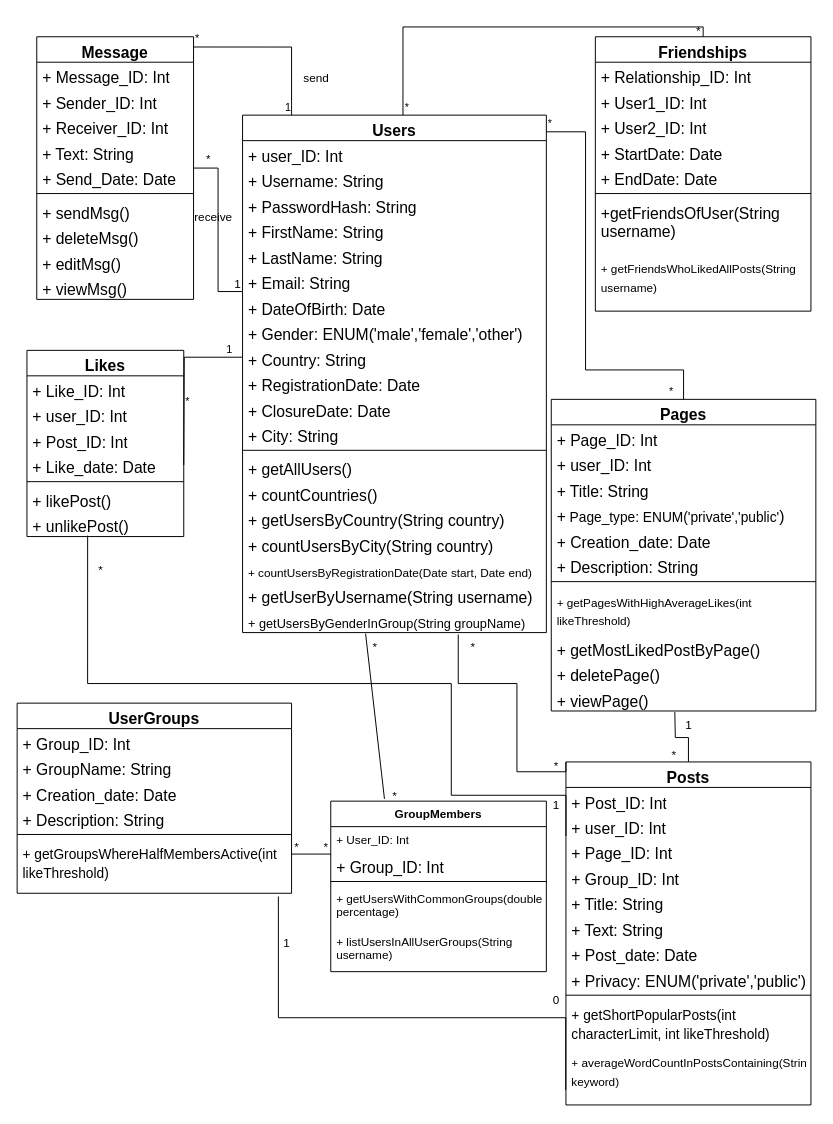
This is Untitled Diagram.drawio from rihabuu/ztn, a draw.io file, before an edit. Source tidied: cells renumbered, new cells numbered last; positions are measured from the earlier drawing's top-left corner, leaving out a move shared by most shapes. Both pictures are drawn from the tidied source at 98%, with x=0, y=0 at pixel (17, 17).
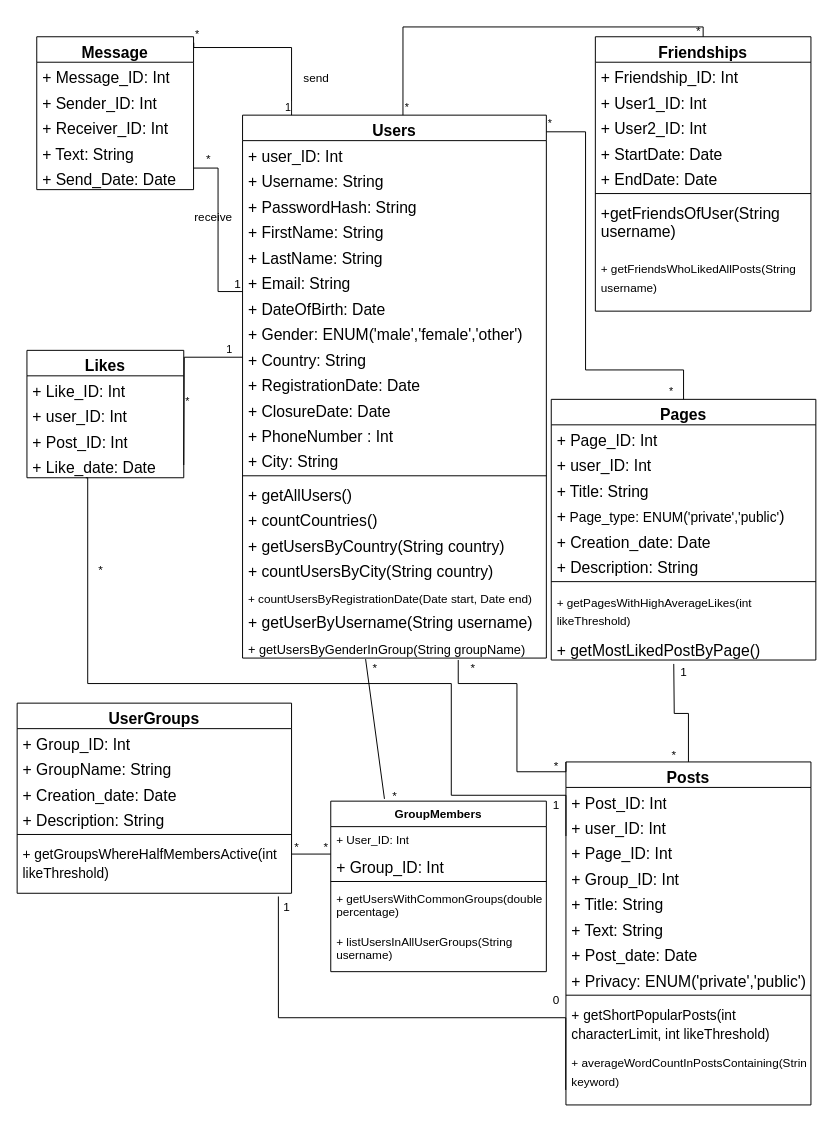
The same diagram, later.

The change refers to these unchanged cells:
```xml
<mxCell id="13" value="Posts" style="swimlane;fontStyle=1;align=center;verticalAlign=top;horizontal=1;startSize=26;whiteSpace=wrap;html=1;fontSize=16;" parent="1" vertex="1">
  <mxGeometry x="560" y="760" width="250" height="350" as="geometry" />
</mxCell>
<mxCell id="58" value="Friendships" style="swimlane;fontStyle=1;align=center;verticalAlign=top;horizontal=1;startSize=26;whiteSpace=wrap;html=1;fontSize=16;" parent="1" vertex="1">
  <mxGeometry x="590" y="20" width="220" height="280" as="geometry" />
</mxCell>
<mxCell id="78" value="+ Like_date: Date" style="text;strokeColor=none;fillColor=none;align=left;verticalAlign=top;spacingLeft=4;spacingRight=4;overflow=hidden;points=[[0,0.5],[1,0.5]];portConstraint=eastwest;whiteSpace=wrap;html=1;fontSize=16;" parent="74" vertex="1">
  <mxGeometry y="104" width="160" height="26" as="geometry" />
</mxCell>
```

The edit, as a diff of the source:
```diff
@@
     <mxCell id="2" value="Message" style="swimlane;fontStyle=1;align=center;verticalAlign=top;horizontal=1;startSize=26;whiteSpace=wrap;html=1;fontSize=16;" parent="1" vertex="1">
-      <mxGeometry x="20" y="20" width="160" height="268" as="geometry" />
+      <mxGeometry x="20" y="20" width="160" height="156" as="geometry" />
     </mxCell>
@@
-    <mxCell id="8" style="line;strokeWidth=1;fillColor=none;align=left;verticalAlign=middle;spacingTop=-1;spacingLeft=3;spacingRight=3;labelPosition=right;strokeColor=inherit;fontSize=16;" parent="2" vertex="1">
-      <mxGeometry y="156" width="160" height="8" as="geometry" />
-    </mxCell>
-    <mxCell id="9" value="+ sendMsg()" style="text;strokeColor=none;fillColor=none;align=left;verticalAlign=top;spacingLeft=4;spacingRight=4;overflow=hidden;whiteSpace=wrap;html=1;fontSize=16;" parent="2" vertex="1">
-      <mxGeometry y="164" width="160" height="26" as="geometry" />
-    </mxCell>
-    <mxCell id="10" value="+ deleteMsg()" style="text;strokeColor=none;fillColor=none;align=left;verticalAlign=top;spacingLeft=4;spacingRight=4;overflow=hidden;whiteSpace=wrap;html=1;fontSize=16;" parent="2" vertex="1">
-      <mxGeometry y="190" width="160" height="26" as="geometry" />
-    </mxCell>
-    <mxCell id="11" value="+ editMsg()" style="text;strokeColor=none;fillColor=none;align=left;verticalAlign=top;spacingLeft=4;spacingRight=4;overflow=hidden;whiteSpace=wrap;html=1;fontSize=16;" parent="2" vertex="1">
-      <mxGeometry y="216" width="160" height="26" as="geometry" />
-    </mxCell>
-    <mxCell id="12" value="+ viewMsg()" style="text;strokeColor=none;fillColor=none;align=left;verticalAlign=top;spacingLeft=4;spacingRight=4;overflow=hidden;whiteSpace=wrap;html=1;fontSize=16;" parent="2" vertex="1">
-      <mxGeometry y="242" width="160" height="26" as="geometry" />
-    </mxCell>
@@
     <mxCell id="25" value="Users" style="swimlane;fontStyle=1;align=center;verticalAlign=top;horizontal=1;startSize=26;whiteSpace=wrap;html=1;fontSize=16;" parent="1" vertex="1">
-      <mxGeometry x="230" y="100" width="310" height="528" as="geometry" />
+      <mxGeometry x="230" y="100" width="310" height="554" as="geometry" />
     </mxCell>
@@
+    <mxCell id="123" value="+&amp;nbsp;PhoneNumber : Int" style="text;strokeColor=none;fillColor=none;align=left;verticalAlign=top;spacingLeft=4;spacingRight=4;overflow=hidden;whiteSpace=wrap;html=1;fontSize=16;" parent="25" vertex="1">
+      <mxGeometry y="312" width="310" height="26" as="geometry" />
+    </mxCell>
     <mxCell id="37" value="+ City: String" style="text;strokeColor=none;fillColor=none;align=left;verticalAlign=top;spacingLeft=4;spacingRight=4;overflow=hidden;whiteSpace=wrap;html=1;fontSize=16;" parent="25" vertex="1">
-      <mxGeometry y="312" width="310" height="26" as="geometry" />
+      <mxGeometry y="338" width="310" height="26" as="geometry" />
     </mxCell>
     <mxCell id="38" style="line;strokeWidth=1;fillColor=none;align=left;verticalAlign=middle;spacingTop=-1;spacingLeft=3;spacingRight=3;labelPosition=right;strokeColor=inherit;fontSize=16;" parent="25" vertex="1">
-      <mxGeometry y="338" width="310" height="8" as="geometry" />
+      <mxGeometry y="364" width="310" height="8" as="geometry" />
     </mxCell>
     <mxCell id="39" value="+ getAllUsers()" style="text;strokeColor=none;fillColor=none;align=left;verticalAlign=top;spacingLeft=4;spacingRight=4;overflow=hidden;whiteSpace=wrap;html=1;fontSize=16;" parent="25" vertex="1">
-      <mxGeometry y="346" width="310" height="26" as="geometry" />
+      <mxGeometry y="372" width="310" height="26" as="geometry" />
     </mxCell>
     <mxCell id="40" value="+ countCountries()" style="text;strokeColor=none;fillColor=none;align=left;verticalAlign=top;spacingLeft=4;spacingRight=4;overflow=hidden;whiteSpace=wrap;html=1;fontSize=16;" parent="25" vertex="1">
-      <mxGeometry y="372" width="310" height="26" as="geometry" />
+      <mxGeometry y="398" width="310" height="26" as="geometry" />
     </mxCell>
     <mxCell id="41" value="+ getUsersByCountry(String country)" style="text;strokeColor=none;fillColor=none;align=left;verticalAlign=top;spacingLeft=4;spacingRight=4;overflow=hidden;whiteSpace=wrap;html=1;fontSize=16;" parent="25" vertex="1">
-      <mxGeometry y="398" width="310" height="26" as="geometry" />
+      <mxGeometry y="424" width="310" height="26" as="geometry" />
     </mxCell>
     <mxCell id="42" value="+&amp;nbsp;countUsersByCity(String country)" style="text;strokeColor=none;fillColor=none;align=left;verticalAlign=top;spacingLeft=4;spacingRight=4;overflow=hidden;whiteSpace=wrap;html=1;fontSize=16;" parent="25" vertex="1">
-      <mxGeometry y="424" width="310" height="26" as="geometry" />
+      <mxGeometry y="450" width="310" height="26" as="geometry" />
     </mxCell>
     <mxCell id="43" value="&lt;font style=&quot;font-size: 12px;&quot;&gt;+&amp;nbsp;countUsersByRegistrationDate(Date start, Date end)&lt;/font&gt;" style="text;strokeColor=none;fillColor=none;align=left;verticalAlign=top;spacingLeft=4;spacingRight=4;overflow=hidden;whiteSpace=wrap;html=1;fontSize=16;" parent="25" vertex="1">
-      <mxGeometry y="450" width="310" height="26" as="geometry" />
+      <mxGeometry y="476" width="310" height="26" as="geometry" />
     </mxCell>
     <mxCell id="44" value="+&amp;nbsp;getUserByUsername(String username)" style="text;strokeColor=none;fillColor=none;align=left;verticalAlign=top;spacingLeft=4;spacingRight=4;overflow=hidden;whiteSpace=wrap;html=1;fontSize=16;" parent="25" vertex="1">
-      <mxGeometry y="476" width="310" height="26" as="geometry" />
+      <mxGeometry y="502" width="310" height="26" as="geometry" />
     </mxCell>
     <mxCell id="45" value="&lt;font style=&quot;font-size: 13px;&quot;&gt;+&amp;nbsp;getUsersByGenderInGroup(String groupName)&lt;/font&gt;" style="text;strokeColor=none;fillColor=none;align=left;verticalAlign=top;spacingLeft=4;spacingRight=4;overflow=hidden;points=[[0,0.5],[1,0.5]];portConstraint=eastwest;whiteSpace=wrap;html=1;fontSize=16;" parent="25" vertex="1">
-      <mxGeometry y="502" width="310" height="26" as="geometry" />
+      <mxGeometry y="528" width="310" height="26" as="geometry" />
     </mxCell>
     <mxCell id="46" value="Pages" style="swimlane;fontStyle=1;align=center;verticalAlign=top;horizontal=1;startSize=26;whiteSpace=wrap;html=1;fontSize=16;" parent="1" vertex="1">
-      <mxGeometry x="545" y="390" width="270" height="318" as="geometry" />
+      <mxGeometry x="545" y="390" width="270" height="266" as="geometry" />
     </mxCell>
@@
-    <mxCell id="56" value="+ deletePage()" style="text;strokeColor=none;fillColor=none;align=left;verticalAlign=top;spacingLeft=4;spacingRight=4;overflow=hidden;whiteSpace=wrap;html=1;fontSize=16;" parent="46" vertex="1">
-      <mxGeometry y="266" width="270" height="26" as="geometry" />
-    </mxCell>
-    <mxCell id="57" value="+ viewPage()" style="text;strokeColor=none;fillColor=none;align=left;verticalAlign=top;spacingLeft=4;spacingRight=4;overflow=hidden;whiteSpace=wrap;html=1;fontSize=16;" parent="46" vertex="1">
-      <mxGeometry y="292" width="270" height="26" as="geometry" />
-    </mxCell>
@@
-    <mxCell id="59" value="+ Relationship_ID: Int" style="text;strokeColor=none;fillColor=none;align=left;verticalAlign=top;spacingLeft=4;spacingRight=4;overflow=hidden;whiteSpace=wrap;html=1;fontSize=16;" parent="58" vertex="1">
+    <mxCell id="59" value="+ Friendship_ID: Int" style="text;strokeColor=none;fillColor=none;align=left;verticalAlign=top;spacingLeft=4;spacingRight=4;overflow=hidden;whiteSpace=wrap;html=1;fontSize=16;" parent="58" vertex="1">
       <mxGeometry y="26" width="220" height="26" as="geometry" />
     </mxCell>
@@
     <mxCell id="74" value="Likes" style="swimlane;fontStyle=1;align=center;verticalAlign=top;horizontal=1;startSize=26;whiteSpace=wrap;html=1;fontSize=16;" parent="1" vertex="1">
-      <mxGeometry x="10" y="340" width="160" height="190" as="geometry" />
+      <mxGeometry x="10" y="340" width="160" height="130" as="geometry" />
     </mxCell>
@@
-    <mxCell id="79" style="line;strokeWidth=1;fillColor=none;align=left;verticalAlign=middle;spacingTop=-1;spacingLeft=3;spacingRight=3;labelPosition=right;strokeColor=inherit;fontSize=16;" parent="74" vertex="1">
-      <mxGeometry y="130" width="160" height="8" as="geometry" />
-    </mxCell>
-    <mxCell id="80" value="+ likePost()" style="text;strokeColor=none;fillColor=none;align=left;verticalAlign=top;spacingLeft=4;spacingRight=4;overflow=hidden;whiteSpace=wrap;html=1;fontSize=16;" parent="74" vertex="1">
-      <mxGeometry y="138" width="160" height="26" as="geometry" />
-    </mxCell>
-    <mxCell id="81" value="+ unlikePost()" style="text;strokeColor=none;fillColor=none;align=left;verticalAlign=top;spacingLeft=4;spacingRight=4;overflow=hidden;points=[[0,0.5],[1,0.5]];portConstraint=eastwest;whiteSpace=wrap;html=1;fontSize=16;" parent="74" vertex="1">
-      <mxGeometry y="164" width="160" height="26" as="geometry" />
-    </mxCell>
-    <mxCell id="82" style="endArrow=none;html=1;edgeStyle=orthogonalEdgeStyle;rounded=0;entryX=0.036;entryY=1.037;entryDx=0;entryDy=0;entryPerimeter=0;" parent="1" edge="1" source="13">
+    <mxCell id="82" style="endArrow=none;html=1;edgeStyle=orthogonalEdgeStyle;rounded=0;" parent="1" edge="1" source="13">
       <mxGeometry relative="1" as="geometry">
-        <mxPoint x="671.1" y="709.1" as="targetPoint" />
+        <mxPoint x="670" y="660" as="targetPoint" />
       </mxGeometry>
     </mxCell>
@@
-    <mxCell id="90" style="endArrow=none;html=1;edgeStyle=orthogonalEdgeStyle;rounded=0;entryX=-0.012;entryY=0.737;entryDx=0;entryDy=0;entryPerimeter=0;exitX=0.387;exitY=0.964;exitDx=0;exitDy=0;exitPerimeter=0;" parent="1" edge="1" source="81">
+    <mxCell id="90" style="endArrow=none;html=1;edgeStyle=orthogonalEdgeStyle;rounded=0;entryX=-0.012;entryY=0.737;entryDx=0;entryDy=0;entryPerimeter=0;exitX=0.375;exitY=1;exitDx=0;exitDy=0;exitPerimeter=0;" parent="1" edge="1" source="78">
       <mxGeometry relative="1" as="geometry">
         <mxPoint x="560" y="835.6" as="targetPoint" />
         <Array as="points">
+          <mxPoint x="72" y="470" />
           <mxPoint x="72" y="680" />
           <mxPoint x="443" y="680" />
           <mxPoint x="443" y="794" />
           <mxPoint x="560" y="794" />
         </Array>
       </mxGeometry>
     </mxCell>
@@
     <mxCell id="103" value="1" style="text;html=1;align=center;verticalAlign=middle;strokeColor=none;fillColor=none;" parent="1" vertex="1">
-      <mxGeometry x="260" y="930" width="30" height="30" as="geometry" />
+      <mxGeometry x="260" y="894" width="30" height="30" as="geometry" />
     </mxCell>
@@
     <mxCell id="107" value="*" style="text;html=1;align=center;verticalAlign=middle;strokeColor=none;fillColor=none;" parent="1" vertex="1">
-      <mxGeometry x="450" y="628" width="30" height="30" as="geometry" />
+      <mxGeometry x="450" y="650" width="30" height="30" as="geometry" />
     </mxCell>
@@
     <mxCell id="114" value="*" style="text;html=1;align=center;verticalAlign=middle;strokeColor=none;fillColor=none;" parent="1" vertex="1">
-      <mxGeometry x="350" y="628" width="30" height="30" as="geometry" />
+      <mxGeometry x="350" y="650" width="30" height="30" as="geometry" />
     </mxCell>
@@
     <mxCell id="122" value="1" style="text;html=1;align=center;verticalAlign=middle;strokeColor=none;fillColor=none;" parent="1" vertex="1">
-      <mxGeometry x="670" y="708" width="30" height="30" as="geometry" />
+      <mxGeometry x="665" y="654" width="30" height="30" as="geometry" />
     </mxCell>
```
